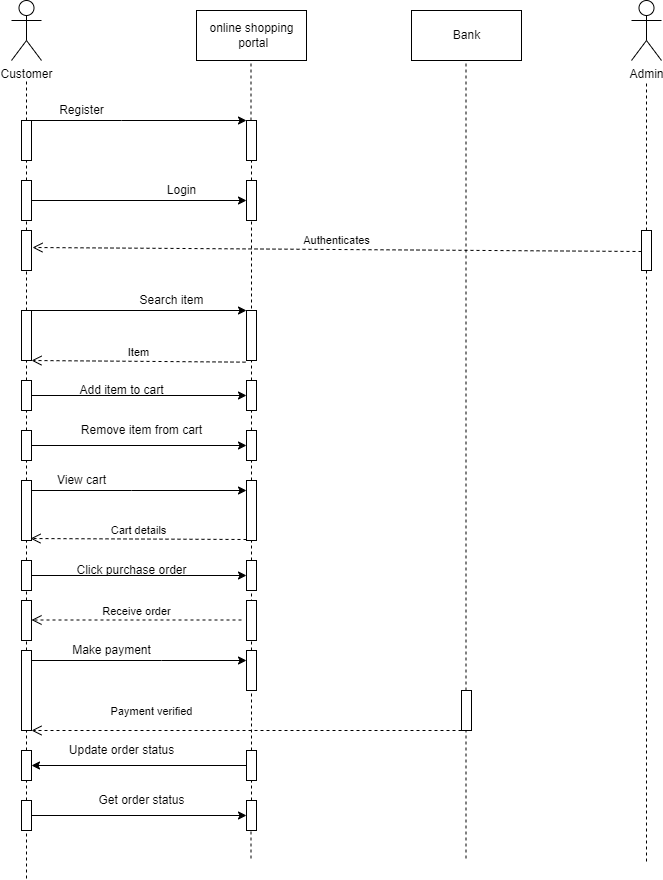
Above: Day-10 Object Modelling diagrams/Online shopping portal/sequence diagram.drawio.png in Mydhili-murali/ust-prograd-training (draw.io), before the change. Source tidied: cells renumbered, new cells last; positions are measured from the earlier drawing's top-left corner, leaving out a move shared by most shapes.
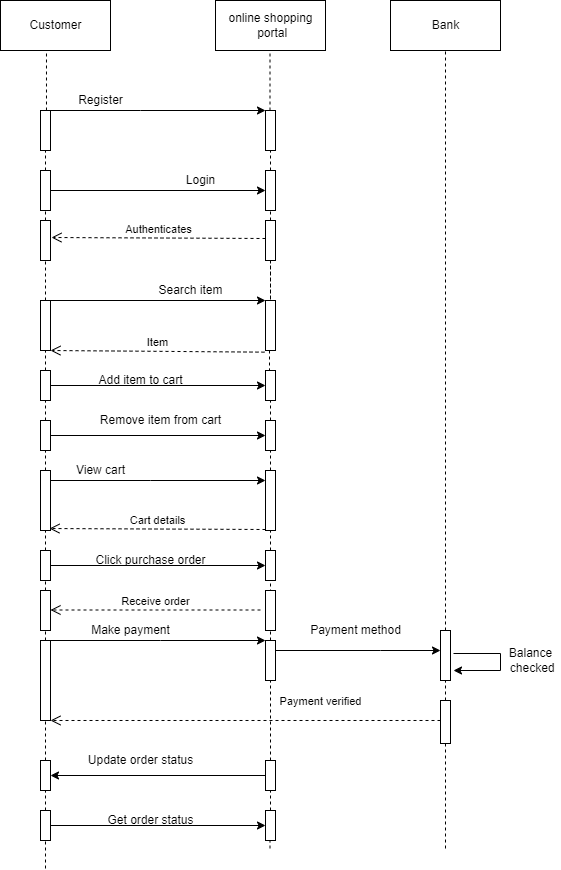
After the commit.

Change to the diagram source:
```diff
@@ -2,29 +2,23 @@
   <root>
     <mxCell id="0" />
     <mxCell id="1" parent="0" />
-    <mxCell id="2" value="Customer" style="shape=umlActor;verticalLabelPosition=bottom;verticalAlign=top;html=1;outlineConnect=0;" parent="1" vertex="1">
-      <mxGeometry width="30" height="60" as="geometry" />
-    </mxCell>
     <mxCell id="3" value="online shopping&lt;br&gt;&amp;nbsp;portal" style="html=1;" parent="1" vertex="1">
       <mxGeometry x="185" y="10" width="110" height="50" as="geometry" />
     </mxCell>
     <mxCell id="4" value="Bank" style="html=1;" parent="1" vertex="1">
-      <mxGeometry x="400" y="10" width="110" height="50" as="geometry" />
+      <mxGeometry x="360" y="10" width="110" height="50" as="geometry" />
     </mxCell>
-    <mxCell id="5" style="endArrow=none;dashed=1;html=1;rounded=0;startArrow=none;" parent="1" edge="1" source="9">
-      <mxGeometry relative="1" as="geometry">
-        <mxPoint x="15" y="80" as="targetPoint" />
-      </mxGeometry>
+    <mxCell id="5" style="endArrow=none;dashed=1;html=1;rounded=0;startArrow=none;entryX=0.418;entryY=1.04;entryDx=0;entryDy=0;entryPerimeter=0;" parent="1" edge="1" source="9" target="2">
+      <mxGeometry relative="1" as="geometry" />
     </mxCell>
     <mxCell id="6" style="endArrow=none;dashed=1;html=1;rounded=0;startArrow=none;" parent="1" edge="1" source="11">
       <mxGeometry relative="1" as="geometry">
         <mxPoint x="239.5" y="60" as="targetPoint" />
       </mxGeometry>
     </mxCell>
-    <mxCell id="7" style="endArrow=none;dashed=1;html=1;rounded=0;" parent="1" edge="1">
+    <mxCell id="7" style="endArrow=none;dashed=1;html=1;rounded=0;startArrow=none;entryX=0.5;entryY=1;entryDx=0;entryDy=0;" parent="1" edge="1" target="4">
       <mxGeometry relative="1" as="geometry">
-        <mxPoint x="454.5" y="858" as="sourcePoint" />
-        <mxPoint x="454.5" y="60" as="targetPoint" />
+        <mxPoint x="415" y="640" as="sourcePoint" />
       </mxGeometry>
     </mxCell>
     <mxCell id="8" style="edgeStyle=orthogonalEdgeStyle;rounded=0;jettySize=auto;html=1;" parent="1" edge="1" source="9" target="11">
@@ -50,26 +44,6 @@
     <mxCell id="13" value="Register" style="text;html=1;align=center;verticalAlign=middle;strokeColor=none;fillColor=none;" parent="1" vertex="1">
       <mxGeometry x="40" y="100" width="60" height="20" as="geometry" />
     </mxCell>
-    <mxCell id="14" value="Admin" style="shape=umlActor;verticalLabelPosition=bottom;verticalAlign=top;html=1;" parent="1" vertex="1">
-      <mxGeometry x="620" width="30" height="60" as="geometry" />
-    </mxCell>
-    <mxCell id="15" style="endArrow=none;dashed=1;html=1;rounded=0;startArrow=none;" parent="1" edge="1" source="16">
-      <mxGeometry relative="1" as="geometry">
-        <mxPoint x="635" y="80" as="targetPoint" />
-      </mxGeometry>
-    </mxCell>
-    <mxCell id="16" style="html=1;points=[];perimeter=orthogonalPerimeter;" parent="1" vertex="1">
-      <mxGeometry x="630" y="230" width="10" height="40" as="geometry" />
-    </mxCell>
-    <mxCell id="17" style="endArrow=none;dashed=1;html=1;rounded=0;" parent="1" edge="1">
-      <mxGeometry relative="1" as="geometry">
-        <mxPoint x="635" y="861" as="sourcePoint" />
-        <mxPoint x="635" y="270" as="targetPoint" />
-        <Array as="points">
-          <mxPoint x="635" y="540" />
-        </Array>
-      </mxGeometry>
-    </mxCell>
     <mxCell id="18" style="html=1;points=[];perimeter=orthogonalPerimeter;" parent="1" vertex="1">
       <mxGeometry x="10" y="230" width="10" height="40" as="geometry" />
     </mxCell>
@@ -78,8 +52,10 @@
         <mxPoint x="15" y="270" as="targetPoint" />
       </mxGeometry>
     </mxCell>
-    <mxCell id="20" value="Authenticates" style="html=1;verticalAlign=bottom;endArrow=open;dashed=1;endSize=8;rounded=0;entryX=1.1;entryY=0.425;entryDx=0;entryDy=0;entryPerimeter=0;exitX=0;exitY=0.525;exitDx=0;exitDy=0;exitPerimeter=0;" parent="1" edge="1" source="16" target="18">
-      <mxGeometry relative="1" as="geometry" />
+    <mxCell id="20" value="Authenticates" style="html=1;verticalAlign=bottom;endArrow=open;dashed=1;endSize=8;rounded=0;exitX=0;exitY=0.45;exitDx=0;exitDy=0;exitPerimeter=0;" parent="1" edge="1" source="16">
+      <mxGeometry relative="1" as="geometry">
+        <mxPoint x="21" y="247" as="targetPoint" />
+      </mxGeometry>
     </mxCell>
     <mxCell id="21" style="edgeStyle=orthogonalEdgeStyle;rounded=0;jettySize=auto;html=1;" parent="1" edge="1" source="22" target="24">
       <mxGeometry relative="1" as="geometry" />
@@ -93,7 +69,7 @@
     <mxCell id="24" style="html=1;points=[];perimeter=orthogonalPerimeter;" parent="1" vertex="1">
       <mxGeometry x="235" y="180" width="10" height="40" as="geometry" />
     </mxCell>
-    <mxCell id="25" style="endArrow=none;dashed=1;html=1;rounded=0;startArrow=none;" parent="1" edge="1" source="37" target="24">
+    <mxCell id="25" style="endArrow=none;dashed=1;html=1;rounded=0;startArrow=none;" parent="1" edge="1" source="16" target="24">
       <mxGeometry relative="1" as="geometry" />
     </mxCell>
     <mxCell id="26" value="Login" style="text;html=1;align=center;verticalAlign=middle;strokeColor=none;fillColor=none;" parent="1" vertex="1">
@@ -229,8 +205,8 @@
     <mxCell id="63" style="edgeStyle=orthogonalEdgeStyle;rounded=0;jettySize=auto;html=1;" parent="1" edge="1" source="64" target="66">
       <mxGeometry relative="1" as="geometry">
         <Array as="points">
-          <mxPoint x="150" y="660" />
-          <mxPoint x="150" y="660" />
+          <mxPoint x="130" y="650" />
+          <mxPoint x="130" y="650" />
         </Array>
       </mxGeometry>
     </mxCell>
@@ -240,22 +216,25 @@
     <mxCell id="65" style="endArrow=none;dashed=1;html=1;rounded=0;startArrow=none;" parent="1" edge="1" source="73" target="64">
       <mxGeometry relative="1" as="geometry" />
     </mxCell>
+    <mxCell id="84" style="edgeStyle=orthogonalEdgeStyle;rounded=0;jettySize=auto;html=1;" parent="1" edge="1" source="66" target="86">
+      <mxGeometry relative="1" as="geometry">
+        <Array as="points">
+          <mxPoint x="350" y="660" />
+          <mxPoint x="350" y="660" />
+        </Array>
+      </mxGeometry>
+    </mxCell>
     <mxCell id="66" style="html=1;points=[];perimeter=orthogonalPerimeter;" parent="1" vertex="1">
       <mxGeometry x="235" y="650" width="10" height="40" as="geometry" />
     </mxCell>
     <mxCell id="67" style="endArrow=none;dashed=1;html=1;rounded=0;startArrow=none;" parent="1" edge="1" source="75" target="66">
       <mxGeometry relative="1" as="geometry" />
     </mxCell>
-    <mxCell id="68" style="html=1;perimeter=orthogonalPerimeter;" parent="1" vertex="1">
-      <mxGeometry x="450" y="690" width="10" height="40" as="geometry" />
-    </mxCell>
     <mxCell id="69" value="Make payment" style="text;html=1;align=center;verticalAlign=middle;strokeColor=none;fillColor=none;" parent="1" vertex="1">
-      <mxGeometry x="55" y="640" width="90" height="20" as="geometry" />
+      <mxGeometry x="55" y="630" width="90" height="20" as="geometry" />
     </mxCell>
-    <mxCell id="70" value="Payment verified" style="html=1;verticalAlign=bottom;endArrow=open;dashed=1;endSize=8;rounded=0;" parent="1" edge="1" target="64">
-      <mxGeometry x="0.44" y="-10" relative="1" as="geometry">
-        <mxPoint x="450" y="730" as="sourcePoint" />
-      </mxGeometry>
+    <mxCell id="70" value="Payment verified" style="html=1;verticalAlign=bottom;endArrow=open;dashed=1;endSize=8;rounded=0;exitX=0;exitY=0.465;exitDx=0;exitDy=0;exitPerimeter=0;" parent="1" edge="1" source="91" target="64">
+      <mxGeometry x="-0.38" y="-10" relative="1" as="geometry" />
     </mxCell>
     <mxCell id="71" style="edgeStyle=orthogonalEdgeStyle;rounded=0;jettySize=auto;html=1;" parent="1" edge="1" source="75" target="73">
       <mxGeometry relative="1" as="geometry" />
@@ -266,25 +245,25 @@
       </mxGeometry>
     </mxCell>
     <mxCell id="73" style="html=1;points=[];perimeter=orthogonalPerimeter;" parent="1" vertex="1">
-      <mxGeometry x="10" y="750" width="10" height="30" as="geometry" />
+      <mxGeometry x="10" y="770" width="10" height="30" as="geometry" />
     </mxCell>
     <mxCell id="74" style="endArrow=none;dashed=1;html=1;rounded=0;startArrow=none;" parent="1" edge="1" source="79" target="73">
       <mxGeometry relative="1" as="geometry" />
     </mxCell>
     <mxCell id="75" style="html=1;points=[];perimeter=orthogonalPerimeter;" parent="1" vertex="1">
-      <mxGeometry x="235" y="750" width="10" height="30" as="geometry" />
+      <mxGeometry x="235" y="770" width="10" height="30" as="geometry" />
     </mxCell>
     <mxCell id="76" style="endArrow=none;dashed=1;html=1;rounded=0;startArrow=none;" parent="1" edge="1" source="81" target="75">
       <mxGeometry relative="1" as="geometry" />
     </mxCell>
     <mxCell id="77" value="Update order status" style="text;html=1;align=center;verticalAlign=middle;strokeColor=none;fillColor=none;" parent="1" vertex="1">
-      <mxGeometry x="50" y="740" width="120" height="20" as="geometry" />
+      <mxGeometry x="50" y="760" width="120" height="20" as="geometry" />
     </mxCell>
     <mxCell id="78" style="edgeStyle=orthogonalEdgeStyle;rounded=0;jettySize=auto;html=1;" parent="1" edge="1" source="79" target="81">
       <mxGeometry relative="1" as="geometry" />
     </mxCell>
     <mxCell id="79" style="html=1;points=[];perimeter=orthogonalPerimeter;" parent="1" vertex="1">
-      <mxGeometry x="10" y="800" width="10" height="30" as="geometry" />
+      <mxGeometry x="10" y="820" width="10" height="30" as="geometry" />
     </mxCell>
     <mxCell id="80" style="endArrow=none;dashed=1;html=1;rounded=0;" parent="1" edge="1" target="79">
       <mxGeometry relative="1" as="geometry">
@@ -292,7 +271,7 @@
       </mxGeometry>
     </mxCell>
     <mxCell id="81" style="html=1;points=[];perimeter=orthogonalPerimeter;" parent="1" vertex="1">
-      <mxGeometry x="235" y="800" width="10" height="30" as="geometry" />
+      <mxGeometry x="235" y="820" width="10" height="30" as="geometry" />
     </mxCell>
     <mxCell id="82" style="endArrow=none;dashed=1;html=1;rounded=0;" parent="1" edge="1" target="81">
       <mxGeometry relative="1" as="geometry">
@@ -300,7 +279,54 @@
       </mxGeometry>
     </mxCell>
     <mxCell id="83" value="Get order status" style="text;html=1;align=center;verticalAlign=middle;strokeColor=none;fillColor=none;" parent="1" vertex="1">
-      <mxGeometry x="80" y="790" width="100" height="20" as="geometry" />
+      <mxGeometry x="70" y="820" width="100" height="20" as="geometry" />
     </mxCell>
+    <mxCell id="16" style="html=1;points=[];perimeter=orthogonalPerimeter;" parent="1" vertex="1">
+      <mxGeometry x="235" y="230" width="10" height="40" as="geometry" />
+    </mxCell>
+    <mxCell id="85" style="endArrow=none;dashed=1;html=1;rounded=0;startArrow=none;" parent="1" edge="1" target="16">
+      <mxGeometry relative="1" as="geometry">
+        <mxPoint x="240" y="270" as="sourcePoint" />
+        <Array as="points">
+          <mxPoint x="240" y="310" />
+        </Array>
+      </mxGeometry>
+    </mxCell>
+    <mxCell id="2" value="Customer" style="html=1;" parent="1" vertex="1">
+      <mxGeometry x="-30" y="10" width="110" height="50" as="geometry" />
+    </mxCell>
+    <mxCell id="86" style="html=1;points=[];perimeter=orthogonalPerimeter;" parent="1" vertex="1">
+      <mxGeometry x="410" y="640" width="10" height="50" as="geometry" />
+    </mxCell>
+    <mxCell id="87" style="endArrow=none;dashed=1;html=1;rounded=0;startArrow=none;" parent="1" edge="1" source="91" target="86">
+      <mxGeometry relative="1" as="geometry" />
+    </mxCell>
+    <mxCell id="88" value="Payment method" style="text;html=1;align=center;verticalAlign=middle;strokeColor=none;fillColor=none;" parent="1" vertex="1">
+      <mxGeometry x="270" y="630" width="110" height="20" as="geometry" />
+    </mxCell>
+    <mxCell id="89" value="Balance&lt;br&gt;&amp;nbsp;checked" style="text;html=1;align=center;verticalAlign=middle;strokeColor=none;fillColor=none;" parent="1" vertex="1">
+      <mxGeometry x="470" y="655" width="60" height="30" as="geometry" />
+    </mxCell>
+    <mxCell id="90" style="endArrow=none;dashed=1;html=1;rounded=0;startArrow=none;" parent="1" edge="1" target="37">
+      <mxGeometry relative="1" as="geometry">
+        <mxPoint x="239" y="360" as="sourcePoint" />
+      </mxGeometry>
+    </mxCell>
+    <mxCell id="91" style="html=1;points=[];perimeter=orthogonalPerimeter;" parent="1" vertex="1">
+      <mxGeometry x="410" y="710" width="10" height="43" as="geometry" />
+    </mxCell>
+    <mxCell id="92" style="endArrow=none;dashed=1;html=1;rounded=0;" parent="1" edge="1" target="91">
+      <mxGeometry relative="1" as="geometry">
+        <mxPoint x="415" y="858" as="sourcePoint" />
+      </mxGeometry>
+    </mxCell>
+    <mxCell id="93" style="endArrow=classic;html=1;rounded=0;exitX=1.3;exitY=0.46;exitDx=0;exitDy=0;exitPerimeter=0;entryX=1.3;entryY=0.8;entryDx=0;entryDy=0;entryPerimeter=0;" parent="1" edge="1" source="86" target="86">
+      <mxGeometry relative="1" as="geometry">
+        <Array as="points">
+          <mxPoint x="470" y="663" />
+          <mxPoint x="470" y="680" />
+        </Array>
+      </mxGeometry>
+    </mxCell>
   </root>
 </mxGraphModel>
```
